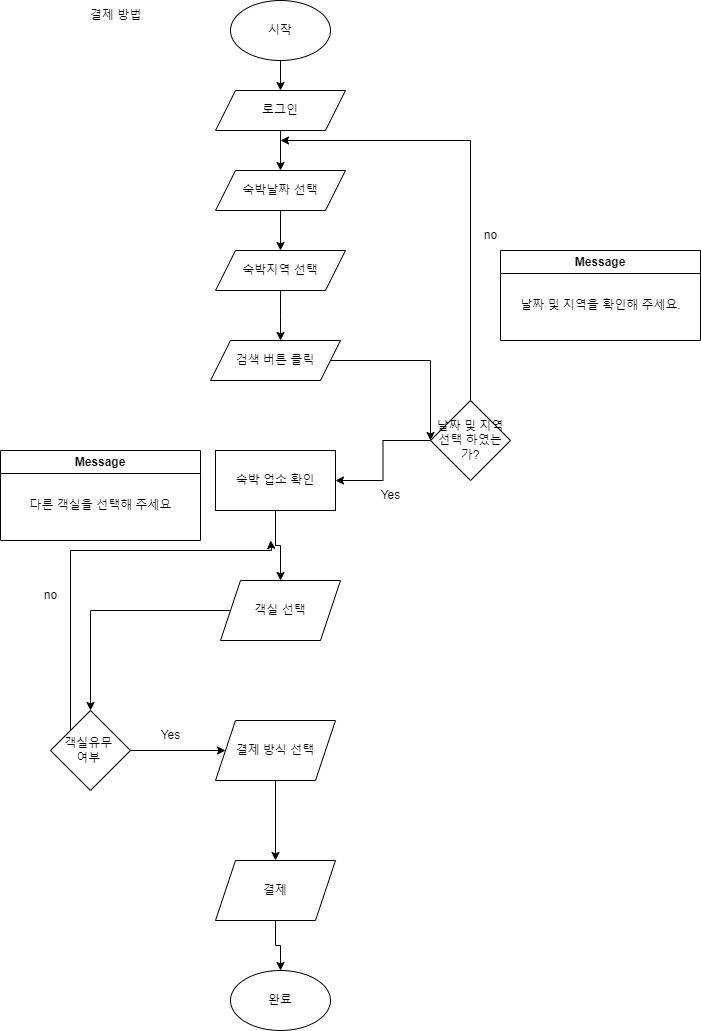
rbghrla/study keeps this draw.io diagram as 2023-12-29.drawio.png. Above is the earlier version. Source tidied: cells renumbered, new cells last; positions are measured from the earlier drawing's top-left corner, leaving out a move shared by most shapes.
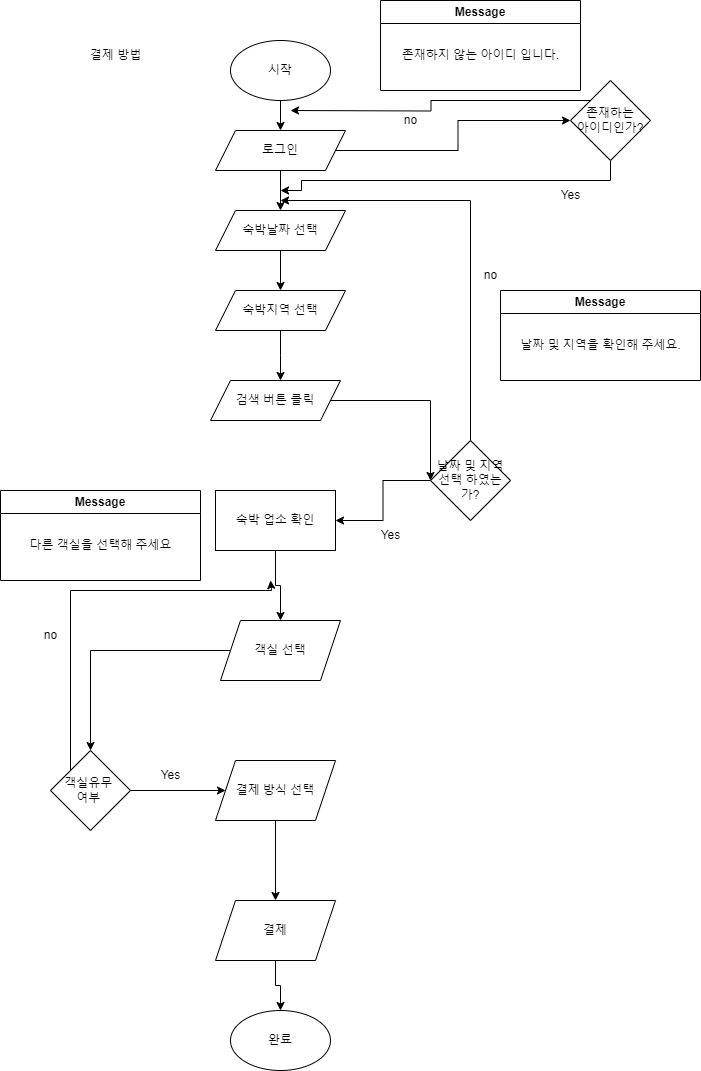
Later version of the same file.

What changed in the source:
```diff
@@ -16,6 +16,9 @@
     <mxCell id="5" style="edgeStyle=orthogonalEdgeStyle;rounded=0;jettySize=auto;html=1;exitX=0.5;exitY=1;exitDx=0;exitDy=0;entryX=0.5;entryY=0;entryDx=0;entryDy=0;" parent="1" edge="1" source="6" target="8">
       <mxGeometry relative="1" as="geometry" />
     </mxCell>
+    <mxCell id="36" style="edgeStyle=orthogonalEdgeStyle;rounded=0;jettySize=auto;html=1;" parent="1" edge="1" source="6" target="39">
+      <mxGeometry relative="1" as="geometry" />
+    </mxCell>
     <mxCell id="6" value="로그인" style="shape=parallelogram;perimeter=parallelogramPerimeter;whiteSpace=wrap;html=1;fixedSize=1;" parent="1" vertex="1">
       <mxGeometry x="215" y="90" width="130" height="40" as="geometry" />
     </mxCell>
@@ -45,9 +48,10 @@
     </mxCell>
     <mxCell id="13" style="edgeStyle=orthogonalEdgeStyle;rounded=0;jettySize=auto;html=1;exitX=0.5;exitY=0;exitDx=0;exitDy=0;" parent="1" edge="1" source="15">
       <mxGeometry relative="1" as="geometry">
-        <mxPoint x="280" y="140" as="targetPoint" />
+        <mxPoint x="280" y="160" as="targetPoint" />
         <Array as="points">
-          <mxPoint x="470" y="140" />
+          <mxPoint x="470" y="160" />
+          <mxPoint x="280" y="160" />
         </Array>
       </mxGeometry>
     </mxCell>
@@ -123,5 +127,34 @@
     <mxCell id="35" value="완료" style="ellipse;whiteSpace=wrap;html=1;" parent="1" vertex="1">
       <mxGeometry x="230" y="970" width="100" height="60" as="geometry" />
     </mxCell>
+    <mxCell id="37" style="edgeStyle=orthogonalEdgeStyle;rounded=0;jettySize=auto;html=1;exitX=1;exitY=0;exitDx=0;exitDy=0;" parent="1" edge="1" source="39">
+      <mxGeometry relative="1" as="geometry">
+        <mxPoint x="290" y="70" as="targetPoint" />
+      </mxGeometry>
+    </mxCell>
+    <mxCell id="38" style="edgeStyle=orthogonalEdgeStyle;rounded=0;jettySize=auto;html=1;exitX=0.5;exitY=1;exitDx=0;exitDy=0;" parent="1" edge="1" source="39">
+      <mxGeometry relative="1" as="geometry">
+        <mxPoint x="280" y="150" as="targetPoint" />
+        <Array as="points">
+          <mxPoint x="610" y="140" />
+          <mxPoint x="301" y="140" />
+        </Array>
+      </mxGeometry>
+    </mxCell>
+    <mxCell id="39" value="존재하는 &lt;br&gt;아이디인가?" style="rhombus;whiteSpace=wrap;html=1;" parent="1" vertex="1">
+      <mxGeometry x="570" y="40" width="80" height="80" as="geometry" />
+    </mxCell>
+    <mxCell id="40" value="Message" style="swimlane;whiteSpace=wrap;html=1;" parent="1" vertex="1">
+      <mxGeometry x="380" y="-40" width="200" height="90" as="geometry" />
+    </mxCell>
+    <mxCell id="41" value="존재하지 않는 아이디 입니다." style="text;html=1;align=center;verticalAlign=middle;strokeColor=none;fillColor=none;" parent="40" vertex="1">
+      <mxGeometry x="10" y="40" width="180" height="30" as="geometry" />
+    </mxCell>
+    <mxCell id="42" value="no" style="text;html=1;align=center;verticalAlign=middle;strokeColor=none;fillColor=none;" parent="1" vertex="1">
+      <mxGeometry x="390" y="65" width="40" height="30" as="geometry" />
+    </mxCell>
+    <mxCell id="43" value="Yes" style="text;html=1;align=center;verticalAlign=middle;strokeColor=none;fillColor=none;" parent="1" vertex="1">
+      <mxGeometry x="550" y="140" width="40" height="30" as="geometry" />
+    </mxCell>
   </root>
 </mxGraphModel>
```
